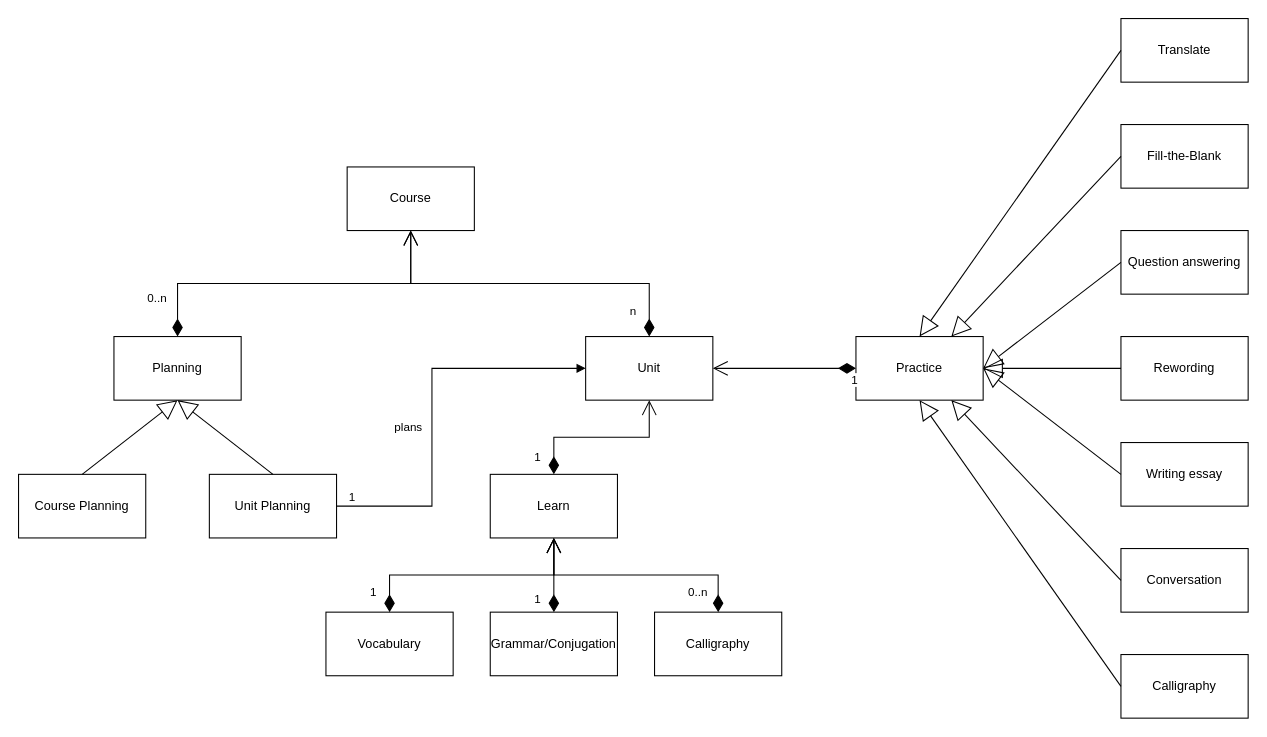
Before: docs/CourseModel.drawio in elnukakujo/language-learning-app, a draw.io diagram. Source tidied: cells renumbered, new cells numbered last; positions are measured from the earlier drawing's top-left corner, leaving out a move shared by most shapes. Both pictures are drawn from the tidied source at 106%, with x=0, y=0 at pixel (18, 18).
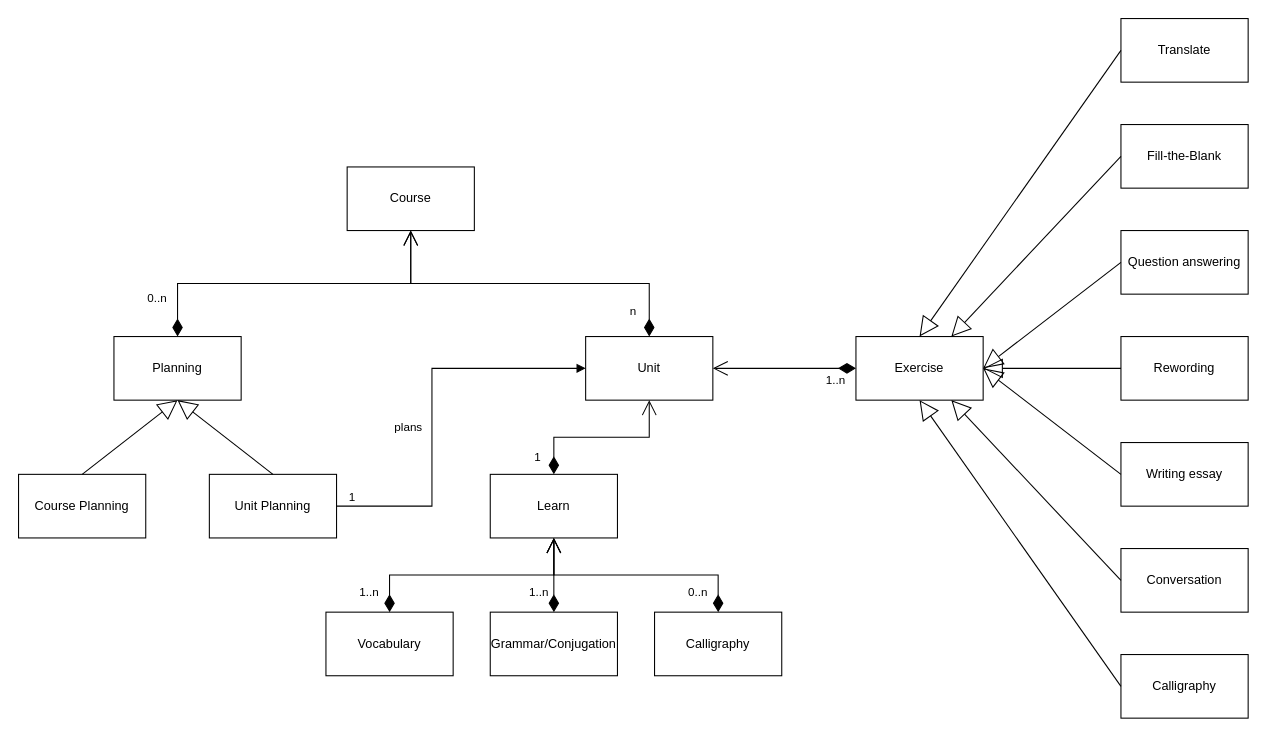
The same page after the edit.

Unchanged cells that the change refers to:
```xml
<mxCell id="2" value="Learn" style="rounded=0;whiteSpace=wrap;html=1;" parent="1" vertex="1">
  <mxGeometry x="445" y="430" width="120" height="60" as="geometry" />
</mxCell>
<mxCell id="5" value="Unit" style="rounded=0;whiteSpace=wrap;html=1;" parent="1" vertex="1">
  <mxGeometry x="535" y="300" width="120" height="60" as="geometry" />
</mxCell>
<mxCell id="17" value="Vocabulary" style="rounded=0;whiteSpace=wrap;html=1;" parent="1" vertex="1">
  <mxGeometry x="290" y="560" width="120" height="60" as="geometry" />
</mxCell>
<mxCell id="18" value="Grammar/Conjugation" style="rounded=0;whiteSpace=wrap;html=1;" parent="1" vertex="1">
  <mxGeometry x="445" y="560" width="120" height="60" as="geometry" />
</mxCell>
```

The edit, as a diff of the source:
```diff
@@
-    <mxCell id="3" value="Practice" style="rounded=0;whiteSpace=wrap;html=1;" parent="1" vertex="1">
+    <mxCell id="3" value="Exercise" style="rounded=0;whiteSpace=wrap;html=1;" parent="1" vertex="1">
       <mxGeometry x="790" y="300" width="120" height="60" as="geometry" />
     </mxCell>
@@
-    <mxCell id="9" value="1" style="endArrow=open;html=1;endSize=12;startArrow=diamondThin;startSize=14;startFill=1;edgeStyle=orthogonalEdgeStyle;align=left;verticalAlign=bottom;rounded=0;exitX=0;exitY=0.5;exitDx=0;exitDy=0;entryX=1;entryY=0.5;entryDx=0;entryDy=0;" parent="1" edge="1" source="3" target="5">
-      <mxGeometry x="-0.91" y="20" relative="1" as="geometry" />
+    <mxCell id="9" value="1..n" style="endArrow=open;html=1;endSize=12;startArrow=diamondThin;startSize=14;startFill=1;edgeStyle=orthogonalEdgeStyle;align=left;verticalAlign=bottom;rounded=0;exitX=0;exitY=0.5;exitDx=0;exitDy=0;entryX=1;entryY=0.5;entryDx=0;entryDy=0;" parent="1" edge="1" source="3" target="5">
+      <mxGeometry x="-0.56" y="20" relative="1" as="geometry" />
     </mxCell>
@@
-    <mxCell id="20" value="1" style="endArrow=open;html=1;endSize=12;startArrow=diamondThin;startSize=14;startFill=1;edgeStyle=orthogonalEdgeStyle;align=left;verticalAlign=bottom;rounded=0;exitX=0.5;exitY=0;exitDx=0;exitDy=0;entryX=0.5;entryY=1;entryDx=0;entryDy=0;" parent="1" edge="1" source="17" target="2">
-      <mxGeometry x="-0.91" y="20" relative="1" as="geometry" />
+    <mxCell id="20" value="1..n" style="endArrow=open;html=1;endSize=12;startArrow=diamondThin;startSize=14;startFill=1;edgeStyle=orthogonalEdgeStyle;align=left;verticalAlign=bottom;rounded=0;exitX=0.5;exitY=0;exitDx=0;exitDy=0;entryX=0.5;entryY=1;entryDx=0;entryDy=0;" parent="1" edge="1" source="17" target="2">
+      <mxGeometry x="-0.91" y="30" relative="1" as="geometry" />
     </mxCell>
-    <mxCell id="21" value="1" style="endArrow=open;html=1;endSize=12;startArrow=diamondThin;startSize=14;startFill=1;edgeStyle=orthogonalEdgeStyle;align=left;verticalAlign=bottom;rounded=0;exitX=0.5;exitY=0;exitDx=0;exitDy=0;entryX=0.5;entryY=1;entryDx=0;entryDy=0;" parent="1" edge="1" source="18" target="2">
-      <mxGeometry x="-0.91" y="20" relative="1" as="geometry" />
+    <mxCell id="21" value="1..n" style="endArrow=open;html=1;endSize=12;startArrow=diamondThin;startSize=14;startFill=1;edgeStyle=orthogonalEdgeStyle;align=left;verticalAlign=bottom;rounded=0;exitX=0.5;exitY=0;exitDx=0;exitDy=0;entryX=0.5;entryY=1;entryDx=0;entryDy=0;" parent="1" edge="1" source="18" target="2">
+      <mxGeometry x="-0.71" y="25" relative="1" as="geometry" />
     </mxCell>
```
